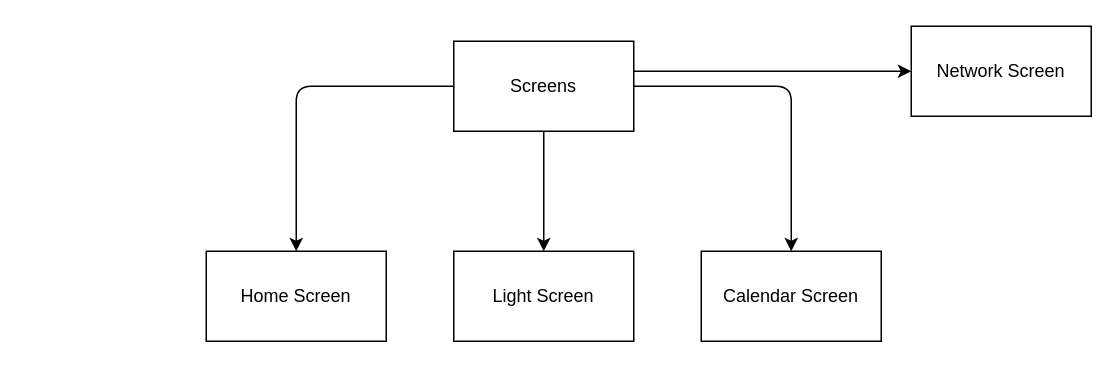
Before: smart-remote/docs/flow/screens.drawio in AdmiralAki99/HomeAutomationRemote, a draw.io diagram. Source tidied: cells renumbered, new cells numbered last; positions are measured from the earlier drawing's top-left corner, leaving out a move shared by most shapes. Both pictures are drawn from the tidied source at 150%, with x=0, y=0 at pixel (206, 26).
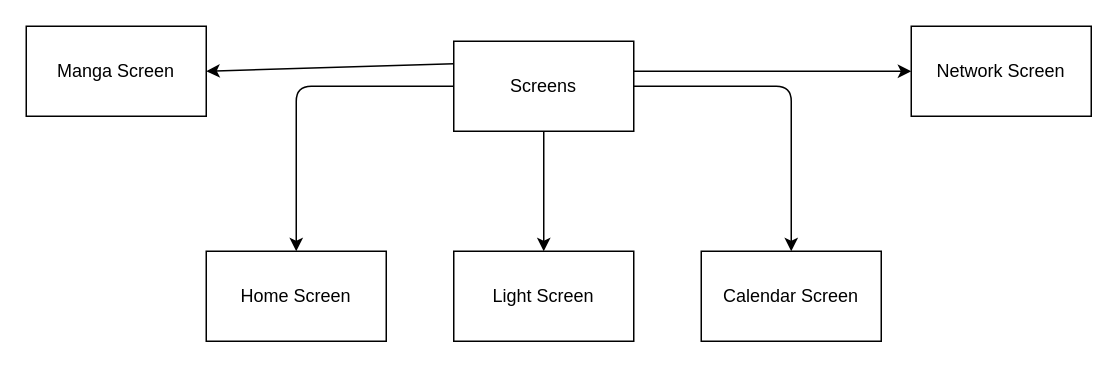
After the change.

Commit message:
Added New Screen To Screen Flow Diagram

Added new screen to screen flow diagram, still need to include the image in the documentation

What changed in the source:
```diff
@@
 <mxGraphModel>
   <root>
     <mxCell id="0" />
     <mxCell id="1" parent="0" />
     <mxCell id="2" style="edgeStyle=none;html=1;" parent="1" edge="1" source="5" target="7">
       <mxGeometry relative="1" as="geometry" />
     </mxCell>
     <mxCell id="3" style="edgeStyle=none;html=1;exitX=1;exitY=0.5;exitDx=0;exitDy=0;entryX=0.5;entryY=0;entryDx=0;entryDy=0;" parent="1" edge="1" source="5" target="8">
       <mxGeometry relative="1" as="geometry">
         <Array as="points">
           <mxPoint x="390" y="40" />
         </Array>
       </mxGeometry>
     </mxCell>
     <mxCell id="4" style="edgeStyle=none;html=1;entryX=0.5;entryY=0;entryDx=0;entryDy=0;" parent="1" edge="1" source="5" target="6">
       <mxGeometry relative="1" as="geometry">
         <Array as="points">
           <mxPoint x="60" y="40" />
         </Array>
       </mxGeometry>
     </mxCell>
     <mxCell id="5" value="Screens" style="rounded=0;whiteSpace=wrap;html=1;" parent="1" vertex="1">
       <mxGeometry x="165" y="10" width="120" height="60" as="geometry" />
     </mxCell>
     <mxCell id="6" value="Home Screen" style="rounded=0;whiteSpace=wrap;html=1;" parent="1" vertex="1">
       <mxGeometry y="150" width="120" height="60" as="geometry" />
     </mxCell>
     <mxCell id="7" value="Light Screen" style="rounded=0;whiteSpace=wrap;html=1;" parent="1" vertex="1">
       <mxGeometry x="165" y="150" width="120" height="60" as="geometry" />
     </mxCell>
     <mxCell id="8" value="Calendar Screen" style="rounded=0;whiteSpace=wrap;html=1;" parent="1" vertex="1">
       <mxGeometry x="330" y="150" width="120" height="60" as="geometry" />
     </mxCell>
     <mxCell id="9" style="edgeStyle=none;html=1;exitX=1;exitY=0.5;exitDx=0;exitDy=0;" parent="1" edge="1">
       <mxGeometry relative="1" as="geometry">
         <mxPoint x="285" y="30" as="sourcePoint" />
         <mxPoint x="470" y="30" as="targetPoint" />
         <Array as="points">
           <mxPoint x="390" y="30" />
         </Array>
       </mxGeometry>
     </mxCell>
     <mxCell id="10" value="Network Screen" style="rounded=0;whiteSpace=wrap;html=1;" parent="1" vertex="1">
       <mxGeometry x="470" width="120" height="60" as="geometry" />
     </mxCell>
+    <mxCell id="11" value="Manga Screen" style="rounded=0;whiteSpace=wrap;html=1;" parent="1" vertex="1">
+      <mxGeometry x="-120" width="120" height="60" as="geometry" />
+    </mxCell>
+    <mxCell id="12" style="edgeStyle=none;html=1;exitX=0;exitY=0.25;exitDx=0;exitDy=0;entryX=1;entryY=0.5;entryDx=0;entryDy=0;" parent="1" edge="1" source="5" target="11">
+      <mxGeometry relative="1" as="geometry" />
+    </mxCell>
   </root>
 </mxGraphModel>
```
